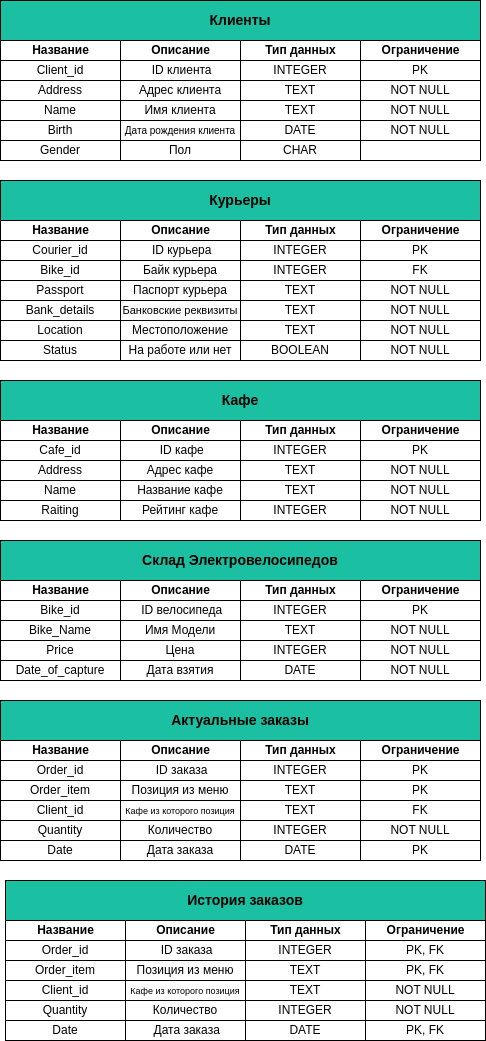
Before: Delivery_DB_Project/Physic_Model/Physic_Model.png, a diagram exported from draw.io (fl4cko11/Data_Bases_MIPT). Source tidied: cells renumbered, new cells last; positions are measured from the earlier drawing's top-left corner, leaving out a move shared by most shapes.
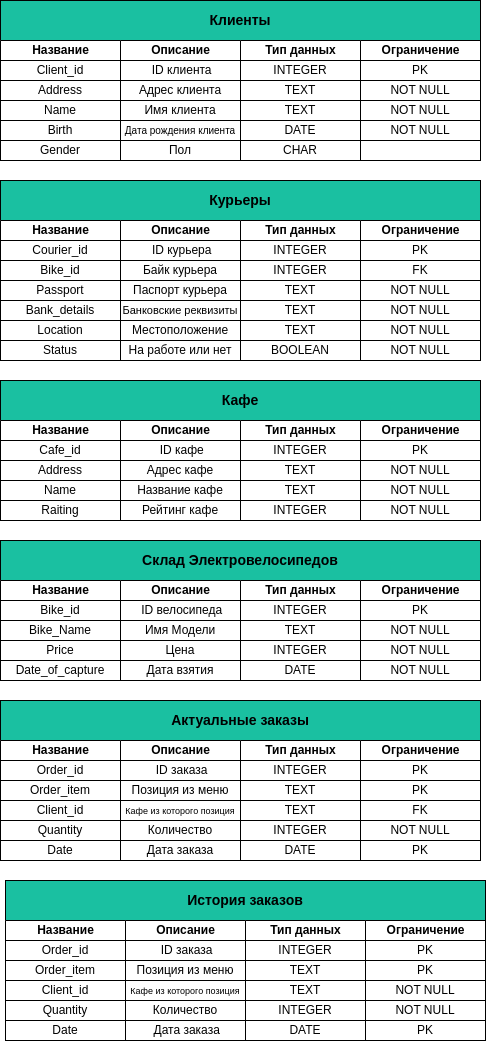
After the change.

What changed in the source:
```diff
@@ -368,10 +368,10 @@
     <mxCell id="123" value="Ограничение" style="swimlane;startSize=20;html=1;" parent="1" vertex="1">
       <mxGeometry x="365" y="920" width="120" height="100" as="geometry" />
     </mxCell>
-    <mxCell id="124" value="PK, FK" style="html=1;whiteSpace=wrap;" parent="123" vertex="1">
+    <mxCell id="124" value="PK" style="html=1;whiteSpace=wrap;" parent="123" vertex="1">
       <mxGeometry y="20" width="120" height="20" as="geometry" />
     </mxCell>
-    <mxCell id="125" value="PK, FK" style="html=1;whiteSpace=wrap;" parent="123" vertex="1">
+    <mxCell id="125" value="PK" style="html=1;whiteSpace=wrap;" parent="123" vertex="1">
       <mxGeometry y="40" width="120" height="20" as="geometry" />
     </mxCell>
     <mxCell id="126" value="NOT NULL" style="html=1;whiteSpace=wrap;" parent="123" vertex="1">
@@ -437,7 +437,7 @@
     <mxCell id="146" value="DATE" style="html=1;whiteSpace=wrap;" parent="1" vertex="1">
       <mxGeometry x="245" y="1020" width="120" height="20" as="geometry" />
     </mxCell>
-    <mxCell id="147" value="PK, FK" style="html=1;whiteSpace=wrap;" parent="1" vertex="1">
+    <mxCell id="147" value="PK" style="html=1;whiteSpace=wrap;" parent="1" vertex="1">
       <mxGeometry x="365" y="1020" width="120" height="20" as="geometry" />
     </mxCell>
   </root>
```
